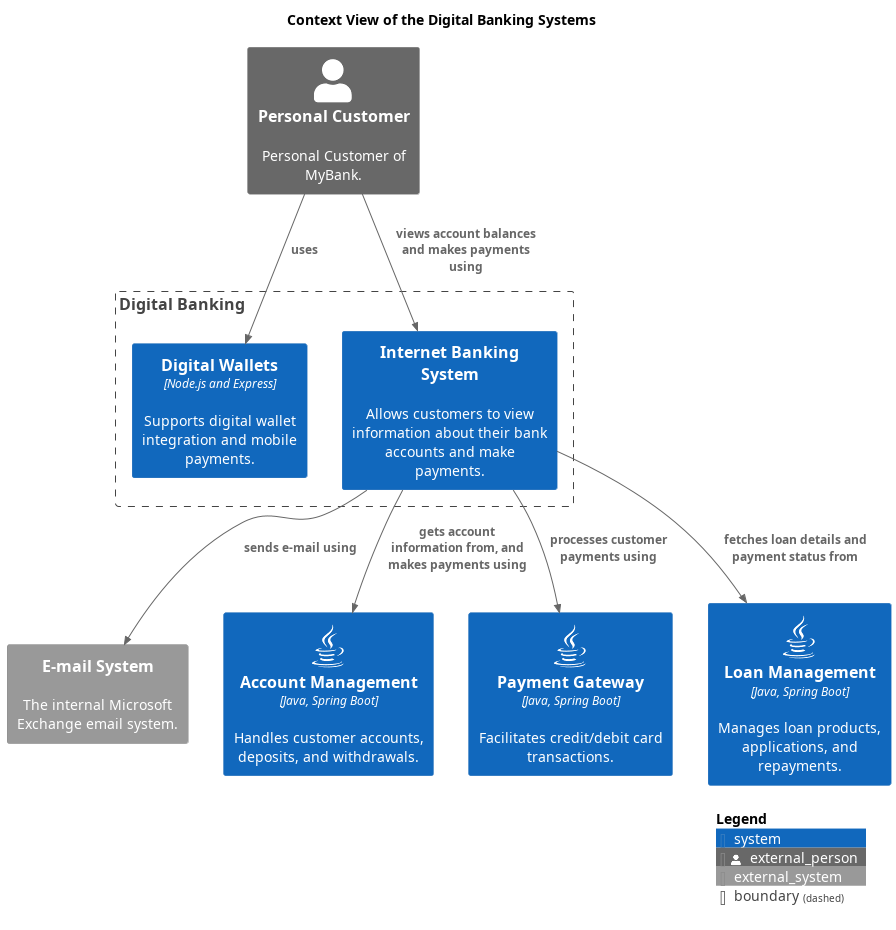
Above: docs/mybank/digital-banking/context-view.png in soulspace-org/my-bank-model (PlantUML), before the change.
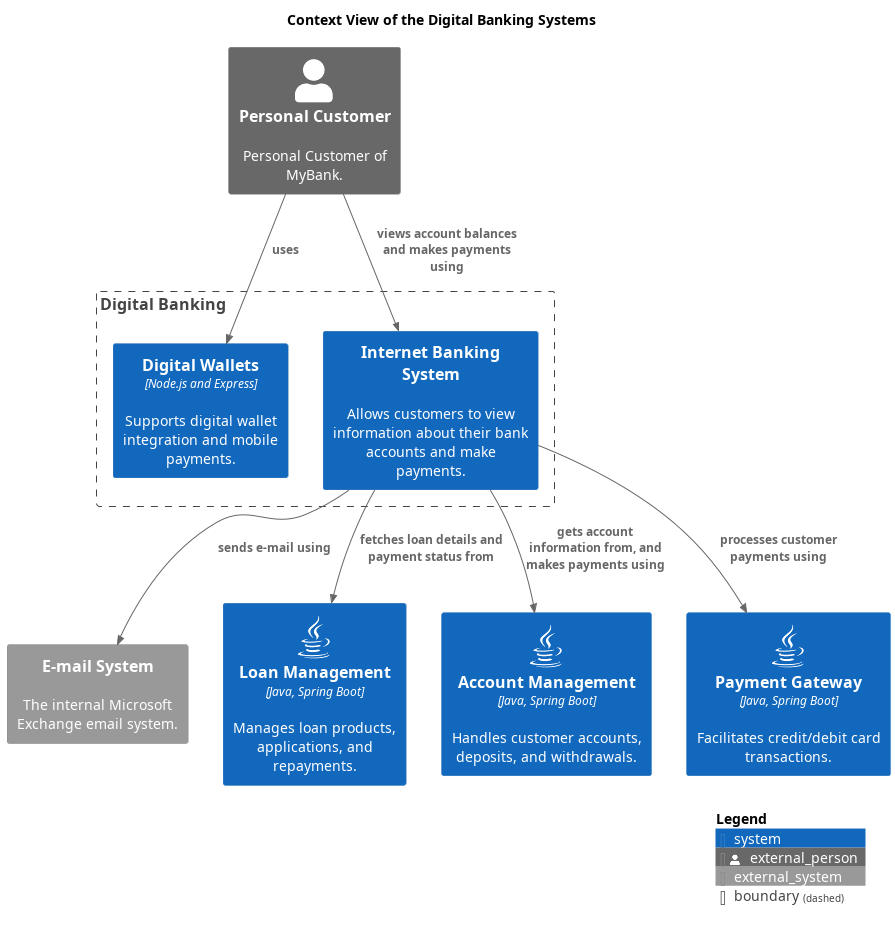
Above is the later version.

Diff of the diagram source:
```diff
@@ -15,14 +15,14 @@
 
 title Context View of the Digital Banking Systems
 System_Ext(mybank_emailSystem, "E-mail System", $descr="The internal Microsoft Exchange email system.")
-System(mybank_coreBanking_accountManagementSystem, "Account Management", $descr="Handles customer accounts, deposits, and withdrawals.", $type="Java, Spring Boot", $sprite="java")
 Boundary(mybank_digitalBanking_contextBoundary, "Digital Banking") {
   System(mybank_digitalBanking_digitalWalletsSystem, "Digital Wallets", $descr="Supports digital wallet integration and mobile payments.", $type="Node.js and Express")
   System(mybank_digitalBanking_internetBankingSystem_internetBankingSystem, "Internet Banking System", $descr="Allows customers to view information about their bank accounts and make payments.")
 }
-System(mybank_payment_paymentGatewaySystem, "Payment Gateway", $descr="Facilitates credit/debit card transactions.", $type="Java, Spring Boot", $sprite="java")
 System(mybank_coreBanking_loanManagementSystem, "Loan Management", $descr="Manages loan products, applications, and repayments.", $type="Java, Spring Boot", $sprite="java")
 Person_Ext(mybank_personalCustomer, "Personal Customer", $descr="Personal Customer of MyBank.")
+System(mybank_coreBanking_accountManagementSystem, "Account Management", $descr="Handles customer accounts, deposits, and withdrawals.", $type="Java, Spring Boot", $sprite="java")
+System(mybank_payment_paymentGatewaySystem, "Payment Gateway", $descr="Facilitates credit/debit card transactions.", $type="Java, Spring Boot", $sprite="java")
 Rel(mybank_personalCustomer, mybank_digitalBanking_digitalWalletsSystem, "uses")
 Rel(mybank_digitalBanking_internetBankingSystem_internetBankingSystem, mybank_emailSystem, "sends e-mail using")
 Rel(mybank_digitalBanking_internetBankingSystem_internetBankingSystem, mybank_coreBanking_loanManagementSystem, "fetches loan details and payment status from")
```
